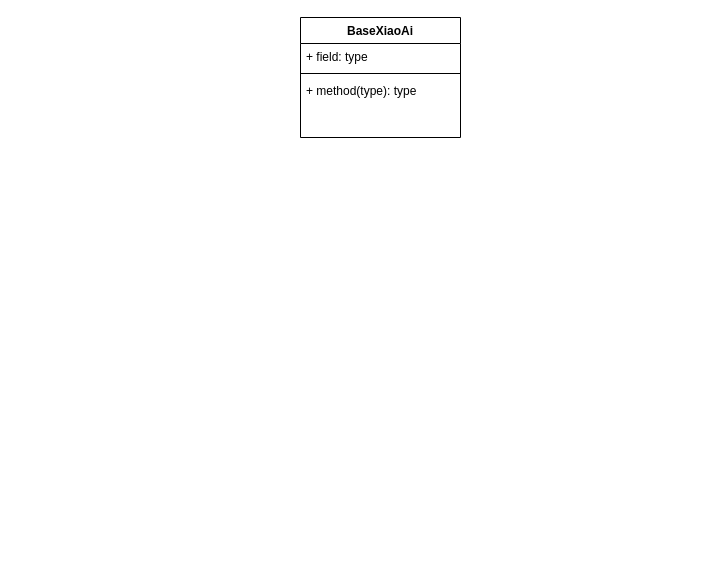
This is Untitled Diagram.drawio from HappyAngel/DependencyInjection_Investigate, a draw.io file, before an edit. Source tidied: cells renumbered, new cells numbered last; positions are measured from the earlier drawing's top-left corner, leaving out a move shared by most shapes. Both pictures are drawn from the tidied source at 100%, with x=0, y=0 at pixel (300, 17).
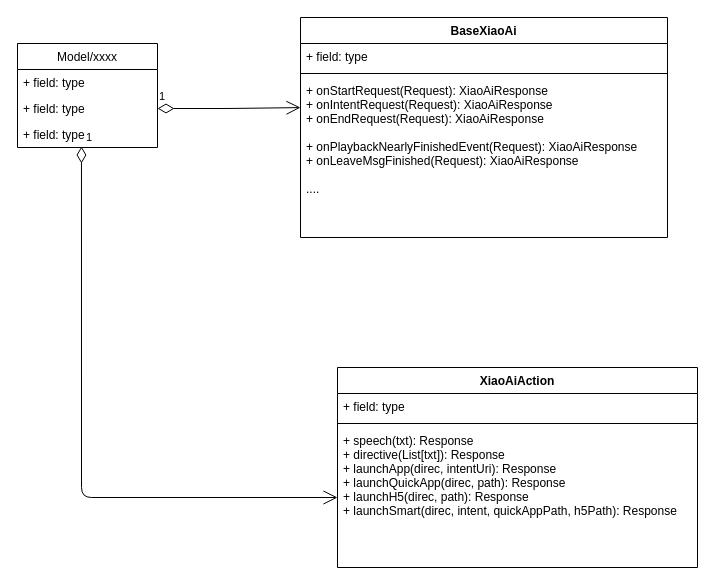
The same page after the edit.

Diff of the diagram source:
```diff
@@
 <mxGraphModel>
   <root>
     <mxCell id="0" />
     <mxCell id="1" parent="0" />
     <mxCell id="2" value="BaseXiaoAi" style="swimlane;fontStyle=1;align=center;verticalAlign=top;horizontal=1;startSize=26;" parent="1" vertex="1">
-      <mxGeometry width="160" height="120" as="geometry" />
+      <mxGeometry width="367" height="220" as="geometry" />
     </mxCell>
     <mxCell id="3" value="+ field: type" style="text;strokeColor=none;fillColor=none;align=left;verticalAlign=top;spacingLeft=4;spacingRight=4;overflow=hidden;" parent="2" vertex="1">
-      <mxGeometry y="26" width="160" height="26" as="geometry" />
+      <mxGeometry y="26" width="367" height="26" as="geometry" />
     </mxCell>
     <mxCell id="4" style="line;strokeWidth=1;fillColor=none;align=left;verticalAlign=middle;spacingTop=-1;spacingLeft=3;spacingRight=3;labelPosition=right;" parent="2" vertex="1">
-      <mxGeometry y="52" width="160" height="8" as="geometry" />
+      <mxGeometry y="52" width="367" height="8" as="geometry" />
     </mxCell>
-    <mxCell id="5" value="+ method(type): type" style="text;strokeColor=none;fillColor=none;align=left;verticalAlign=top;spacingLeft=4;spacingRight=4;overflow=hidden;points=[[0,0.5],[1,0.5]];portConstraint=eastwest;" parent="2" vertex="1">
-      <mxGeometry y="60" width="160" height="60" as="geometry" />
+    <mxCell id="5" value="+ onStartRequest(Request): XiaoAiResponse&#10;+ onIntentRequest(Request): XiaoAiResponse&#10;+ onEndRequest(Request): XiaoAiResponse&#10;&#10;+ onPlaybackNearlyFinishedEvent(Request): XiaoAiResponse&#10;+ onLeaveMsgFinished(Request): XiaoAiResponse&#10;&#10;....&#10;" style="text;strokeColor=none;fillColor=none;align=left;verticalAlign=top;spacingLeft=4;spacingRight=4;overflow=hidden;points=[[0,0.5],[1,0.5]];portConstraint=eastwest;" parent="2" vertex="1">
+      <mxGeometry y="60" width="367" height="160" as="geometry" />
     </mxCell>
+    <mxCell id="6" value="Model/xxxx" style="swimlane;fontStyle=0;horizontal=1;startSize=26;fillColor=none;" parent="1" vertex="1">
+      <mxGeometry x="-283" y="26" width="140" height="104" as="geometry" />
+    </mxCell>
+    <mxCell id="7" value="+ field: type" style="text;strokeColor=none;fillColor=none;align=left;verticalAlign=top;spacingLeft=4;spacingRight=4;overflow=hidden;" parent="6" vertex="1">
+      <mxGeometry y="26" width="140" height="26" as="geometry" />
+    </mxCell>
+    <mxCell id="8" value="+ field: type" style="text;strokeColor=none;fillColor=none;align=left;verticalAlign=top;spacingLeft=4;spacingRight=4;overflow=hidden;points=[[0,0.5],[1,0.5]];portConstraint=eastwest;" parent="6" vertex="1">
+      <mxGeometry y="52" width="140" height="26" as="geometry" />
+    </mxCell>
+    <mxCell id="9" value="+ field: type" style="text;strokeColor=none;fillColor=none;align=left;verticalAlign=top;spacingLeft=4;spacingRight=4;overflow=hidden;points=[[0,0.5],[1,0.5]];portConstraint=eastwest;" parent="6" vertex="1">
+      <mxGeometry y="78" width="140" height="26" as="geometry" />
+    </mxCell>
+    <mxCell id="10" value="1" style="endArrow=open;html=1;endSize=12;startArrow=diamondThin;startSize=14;startFill=0;edgeStyle=orthogonalEdgeStyle;align=left;verticalAlign=bottom;entryX=0;entryY=0.188;entryDx=0;entryDy=0;entryPerimeter=0;" parent="1" edge="1" source="8" target="5">
+      <mxGeometry x="-1" y="3" relative="1" as="geometry" />
+    </mxCell>
+    <mxCell id="11" value="XiaoAiAction" style="swimlane;fontStyle=1;align=center;verticalAlign=top;horizontal=1;startSize=26;" parent="1" vertex="1">
+      <mxGeometry x="37" y="350" width="360" height="200" as="geometry" />
+    </mxCell>
+    <mxCell id="12" value="+ field: type" style="text;strokeColor=none;fillColor=none;align=left;verticalAlign=top;spacingLeft=4;spacingRight=4;overflow=hidden;" parent="11" vertex="1">
+      <mxGeometry y="26" width="360" height="26" as="geometry" />
+    </mxCell>
+    <mxCell id="13" style="line;strokeWidth=1;fillColor=none;align=left;verticalAlign=middle;spacingTop=-1;spacingLeft=3;spacingRight=3;labelPosition=right;" parent="11" vertex="1">
+      <mxGeometry y="52" width="360" height="8" as="geometry" />
+    </mxCell>
+    <mxCell id="14" value="+ speech(txt): Response&#10;+ directive(List[txt]): Response&#10;+ launchApp(direc, intentUri): Response&#10;+ launchQuickApp(direc, path): Response&#10;+ launchH5(direc, path): Response&#10;+ launchSmart(direc, intent, quickAppPath, h5Path): Response&#10;" style="text;strokeColor=none;fillColor=none;align=left;verticalAlign=top;spacingLeft=4;spacingRight=4;overflow=hidden;points=[[0,0.5],[1,0.5]];portConstraint=eastwest;" parent="11" vertex="1">
+      <mxGeometry y="60" width="360" height="140" as="geometry" />
+    </mxCell>
+    <mxCell id="15" value="1" style="endArrow=open;html=1;endSize=12;startArrow=diamondThin;startSize=14;startFill=0;edgeStyle=orthogonalEdgeStyle;align=left;verticalAlign=bottom;exitX=0.457;exitY=0.962;exitDx=0;exitDy=0;exitPerimeter=0;" parent="1" edge="1" source="9" target="14">
+      <mxGeometry x="-1" y="3" relative="1" as="geometry" />
+    </mxCell>
   </root>
 </mxGraphModel>
```
